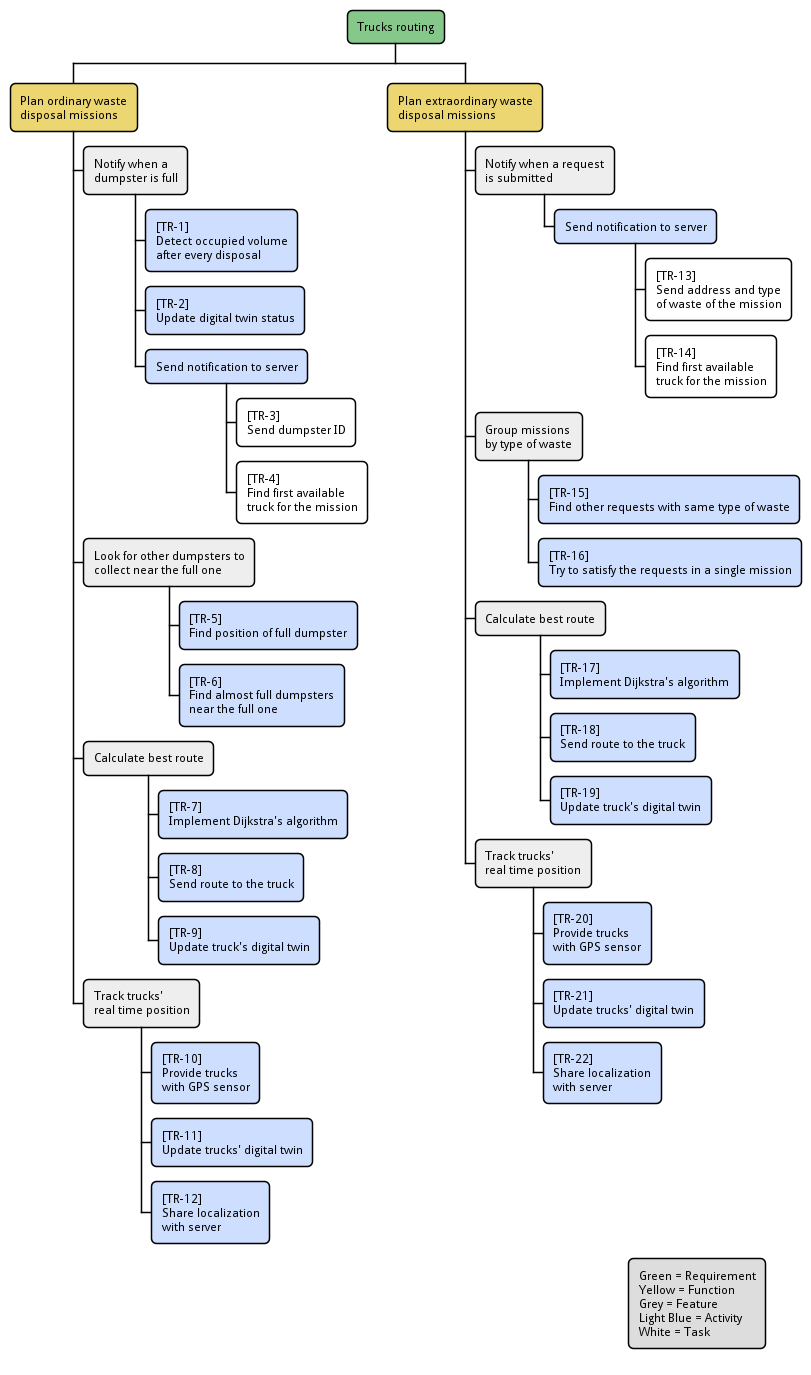
This is img/wbs-trucks-routing.pm.png from SmartWasteCollection/project-management, a PlantUML export, as it was before one commit.
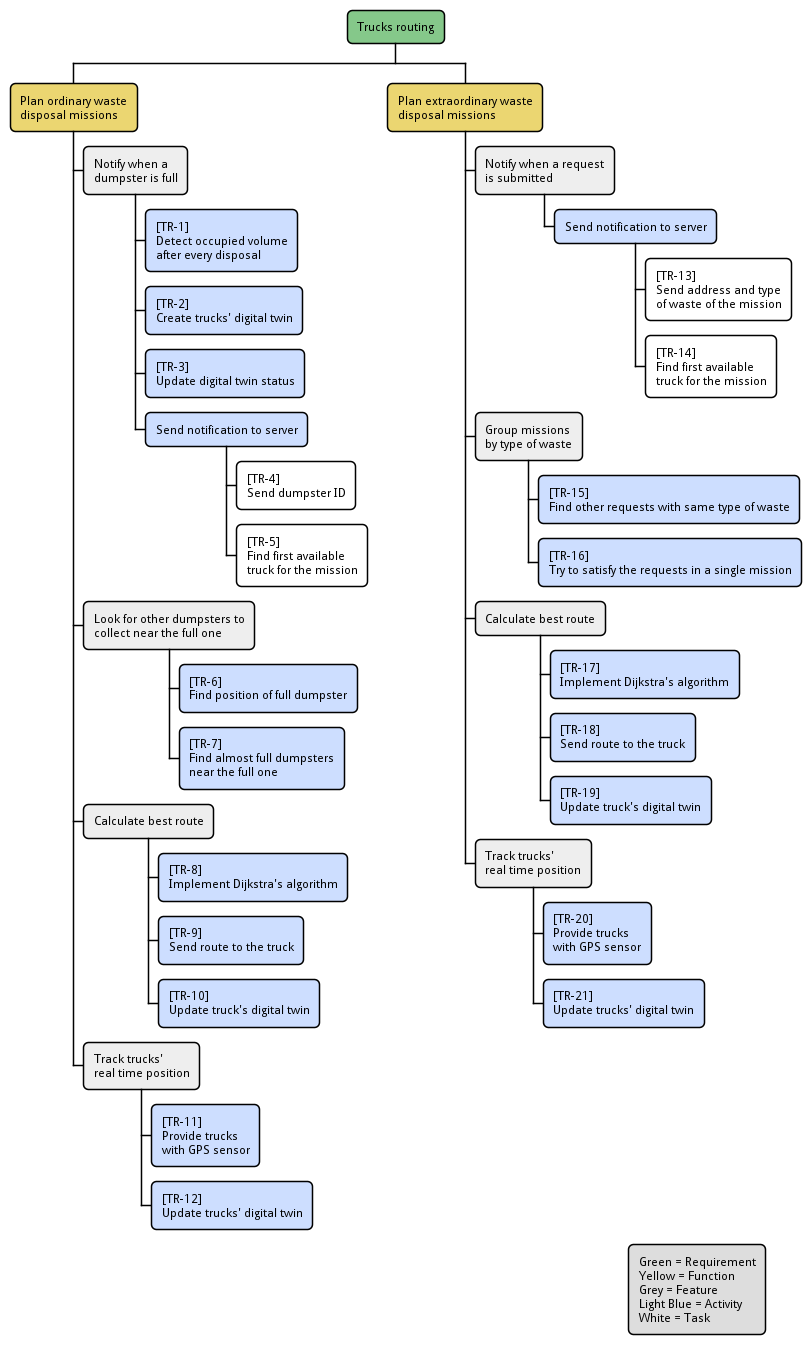
After the change.

Change to the diagram source:
```diff
@@ -7,6 +7,7 @@
 function(Plan ordinary waste\ndisposal missions)
 feature(Notify when a\ndumpster is full)
 activity(Detect occupied volume\nafter every disposal,)
+activity(Create trucks' digital twin,)
 activity(Update digital twin status, )
 activity(Send notification to server)
 task(Send dumpster ID)
@@ -21,7 +22,6 @@
 feature(Track trucks'\nreal time position)
 activity(Provide trucks\nwith GPS sensor,)
 activity(Update trucks' digital twin,)
-activity(Share localization\nwith server,)
 
 function(Plan extraordinary waste\ndisposal missions)
 feature(Notify when a request\nis submitted)
@@ -38,6 +38,5 @@
 feature(Track trucks'\nreal time position)
 activity(Provide trucks\nwith GPS sensor,)
 activity(Update trucks' digital twin,)
-activity(Share localization\nwith server,)
 
 @endwbs
```
